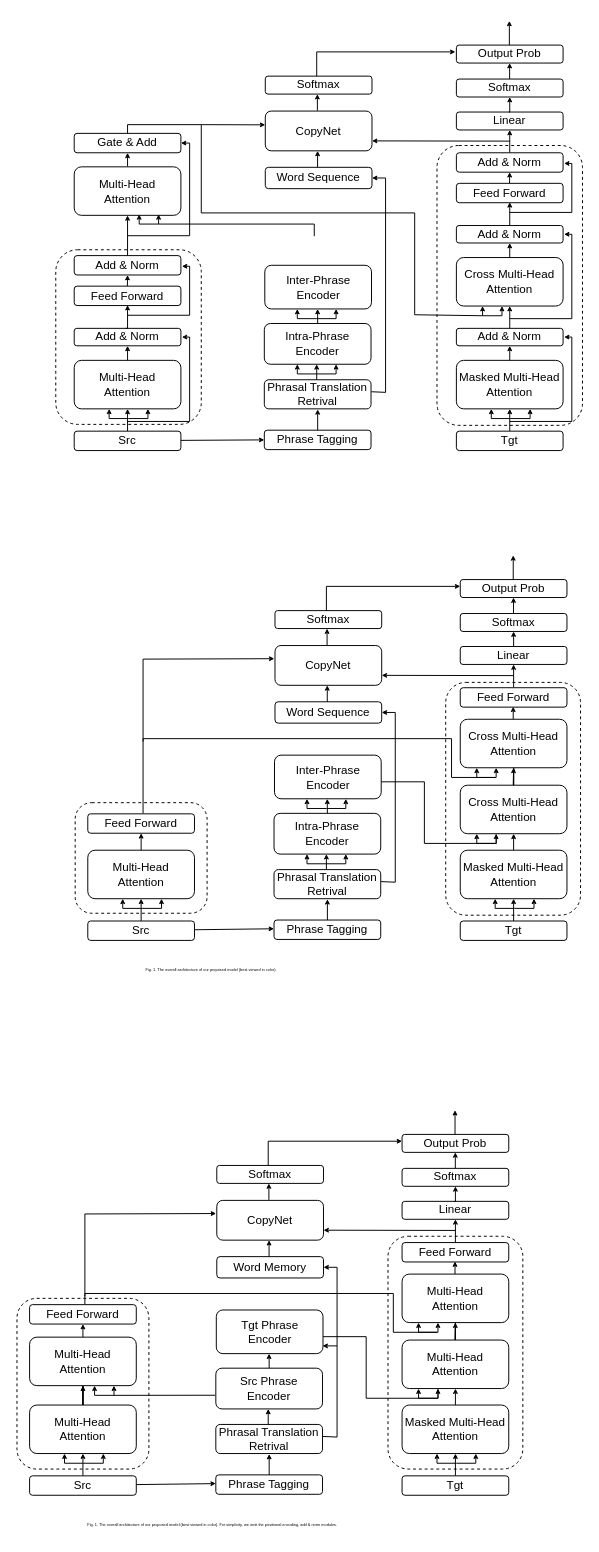
This is phraseNMT.drawio from lizezhonglaile/drawio, a draw.io file, before an edit. Source tidied: cells renumbered, new cells numbered last; positions are measured from the earlier drawing's top-left corner, leaving out a move shared by most shapes. Both pictures are drawn from the tidied source at 97%, with x=0, y=0 at pixel (16, 20).
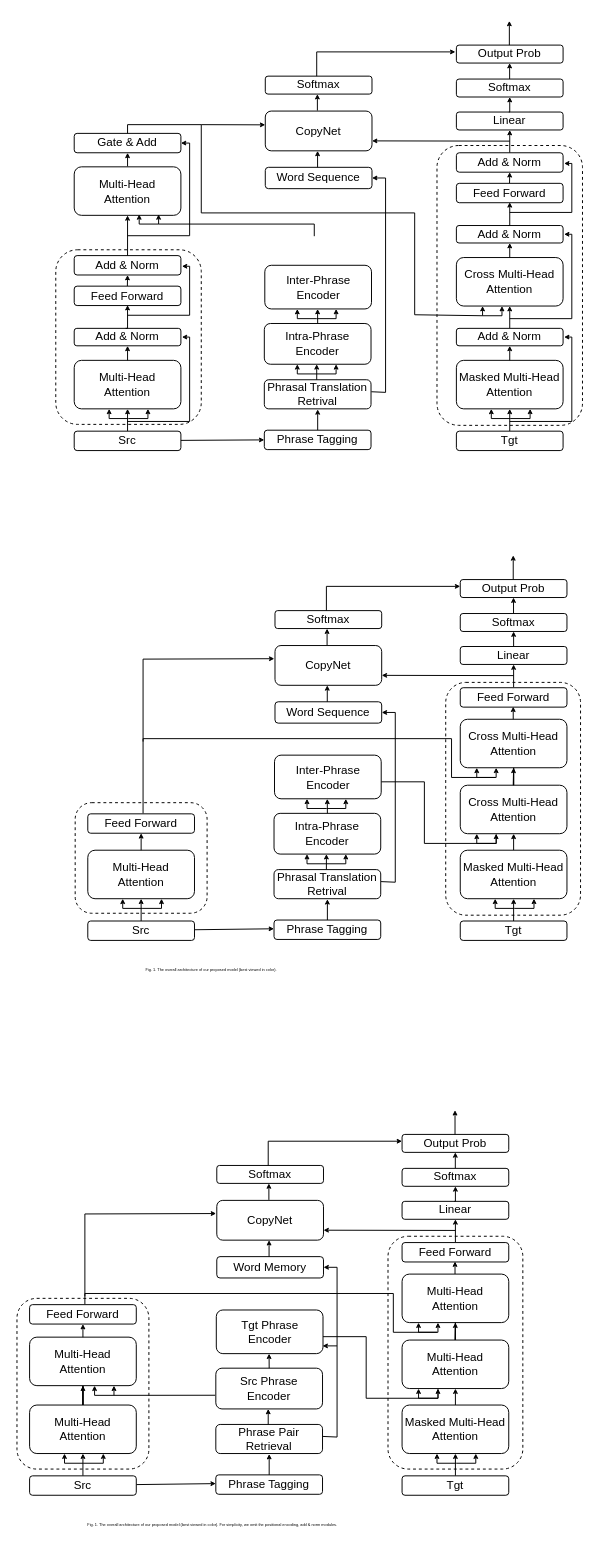
Above is the later version.

What changed in the source:
```diff
@@
-    <mxCell id="123" value="Phrasal Translation&lt;br&gt;Retrival" style="rounded=1;whiteSpace=wrap;html=1;" parent="1" vertex="1">
+    <mxCell id="123" value="Phrase Pair&lt;br&gt;Retrieval" style="rounded=1;whiteSpace=wrap;html=1;" parent="1" vertex="1">
       <mxGeometry x="205" y="1447" width="110" height="30" as="geometry" />
     </mxCell>
```
